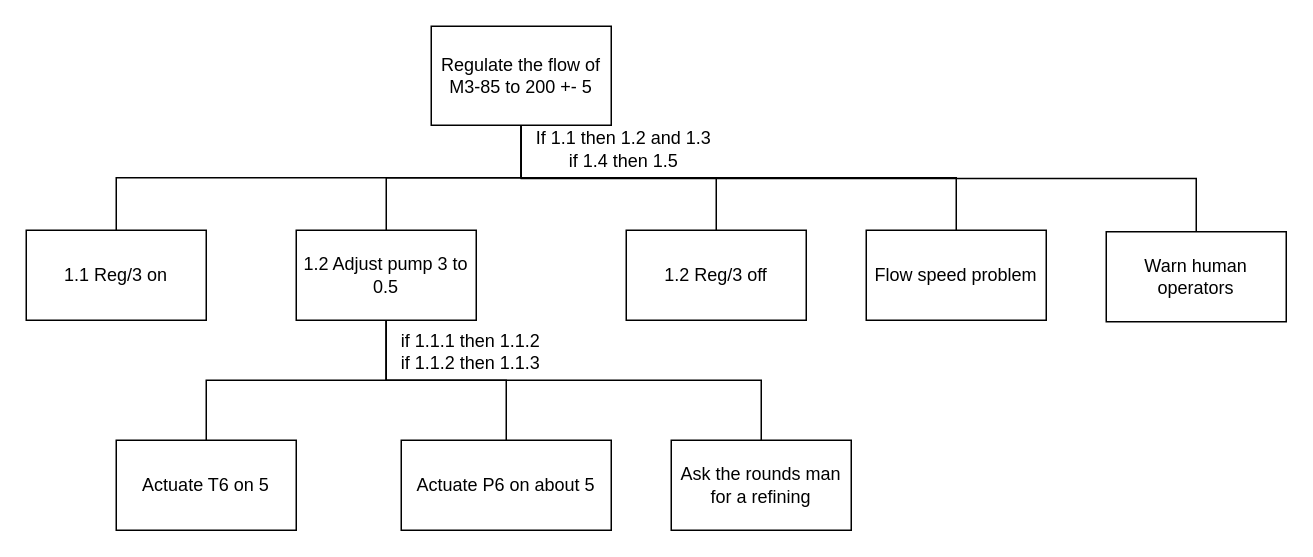
Earlier version of the draw.io diagram P3/firstEx.drawio (josura/HCI). Source tidied: cells renumbered, new cells numbered last; positions are measured from the earlier drawing's top-left corner, leaving out a move shared by most shapes. Both pictures are drawn from the tidied source at 150%, with x=0, y=0 at pixel (26, 26).
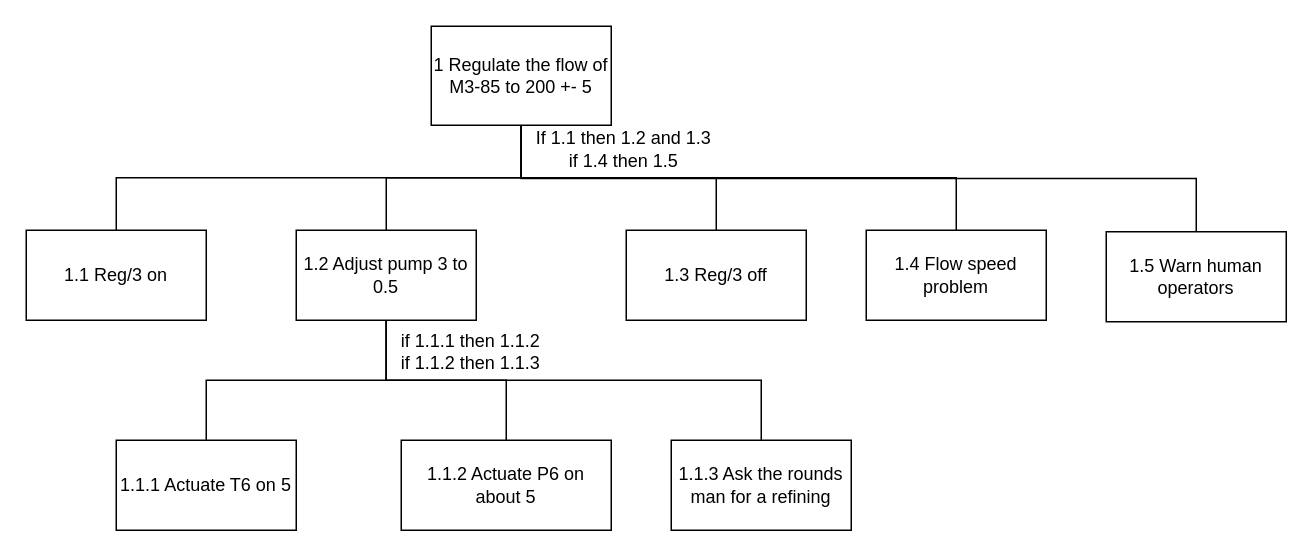
The same diagram, later.

What changed in the source:
```diff
@@
-    <mxCell id="7" value="Regulate the flow of M3-85 to 200 +- 5" style="rounded=0;whiteSpace=wrap;html=1;" parent="1" vertex="1">
+    <mxCell id="7" value="1 Regulate the flow of M3-85 to 200 +- 5" style="rounded=0;whiteSpace=wrap;html=1;" parent="1" vertex="1">
       <mxGeometry x="270" width="120" height="66" as="geometry" />
     </mxCell>
-    <mxCell id="8" value="1.2 Reg/3 off" style="rounded=0;whiteSpace=wrap;html=1;" parent="1" vertex="1">
+    <mxCell id="8" value="1.3 Reg/3 off" style="rounded=0;whiteSpace=wrap;html=1;" parent="1" vertex="1">
       <mxGeometry x="400" y="136" width="120" height="60" as="geometry" />
     </mxCell>
@@
-    <mxCell id="14" value="Actuate T6 on 5" style="rounded=0;whiteSpace=wrap;html=1;" parent="1" vertex="1">
+    <mxCell id="14" value="1.1.1 Actuate T6 on 5" style="rounded=0;whiteSpace=wrap;html=1;" parent="1" vertex="1">
       <mxGeometry x="60" y="276" width="120" height="60" as="geometry" />
     </mxCell>
@@
-    <mxCell id="16" value="Actuate P6 on about 5" style="rounded=0;whiteSpace=wrap;html=1;" parent="1" vertex="1">
+    <mxCell id="16" value="1.1.2 Actuate P6 on about 5" style="rounded=0;whiteSpace=wrap;html=1;" parent="1" vertex="1">
       <mxGeometry x="250" y="276" width="140" height="60" as="geometry" />
     </mxCell>
-    <mxCell id="17" value="Ask the rounds man for a refining" style="rounded=0;whiteSpace=wrap;html=1;" parent="1" vertex="1">
+    <mxCell id="17" value="1.1.3 Ask the rounds man for a refining" style="rounded=0;whiteSpace=wrap;html=1;" parent="1" vertex="1">
       <mxGeometry x="430" y="276" width="120" height="60" as="geometry" />
     </mxCell>
@@
-    <mxCell id="19" value="Flow speed problem" style="rounded=0;whiteSpace=wrap;html=1;" parent="1" vertex="1">
+    <mxCell id="19" value="1.4 Flow speed problem" style="rounded=0;whiteSpace=wrap;html=1;" parent="1" vertex="1">
       <mxGeometry x="560" y="136" width="120" height="60" as="geometry" />
     </mxCell>
-    <mxCell id="20" value="Warn human operators" style="rounded=0;whiteSpace=wrap;html=1;" parent="1" vertex="1">
+    <mxCell id="20" value="1.5 Warn human operators" style="rounded=0;whiteSpace=wrap;html=1;" parent="1" vertex="1">
       <mxGeometry x="720" y="137" width="120" height="60" as="geometry" />
     </mxCell>
```
